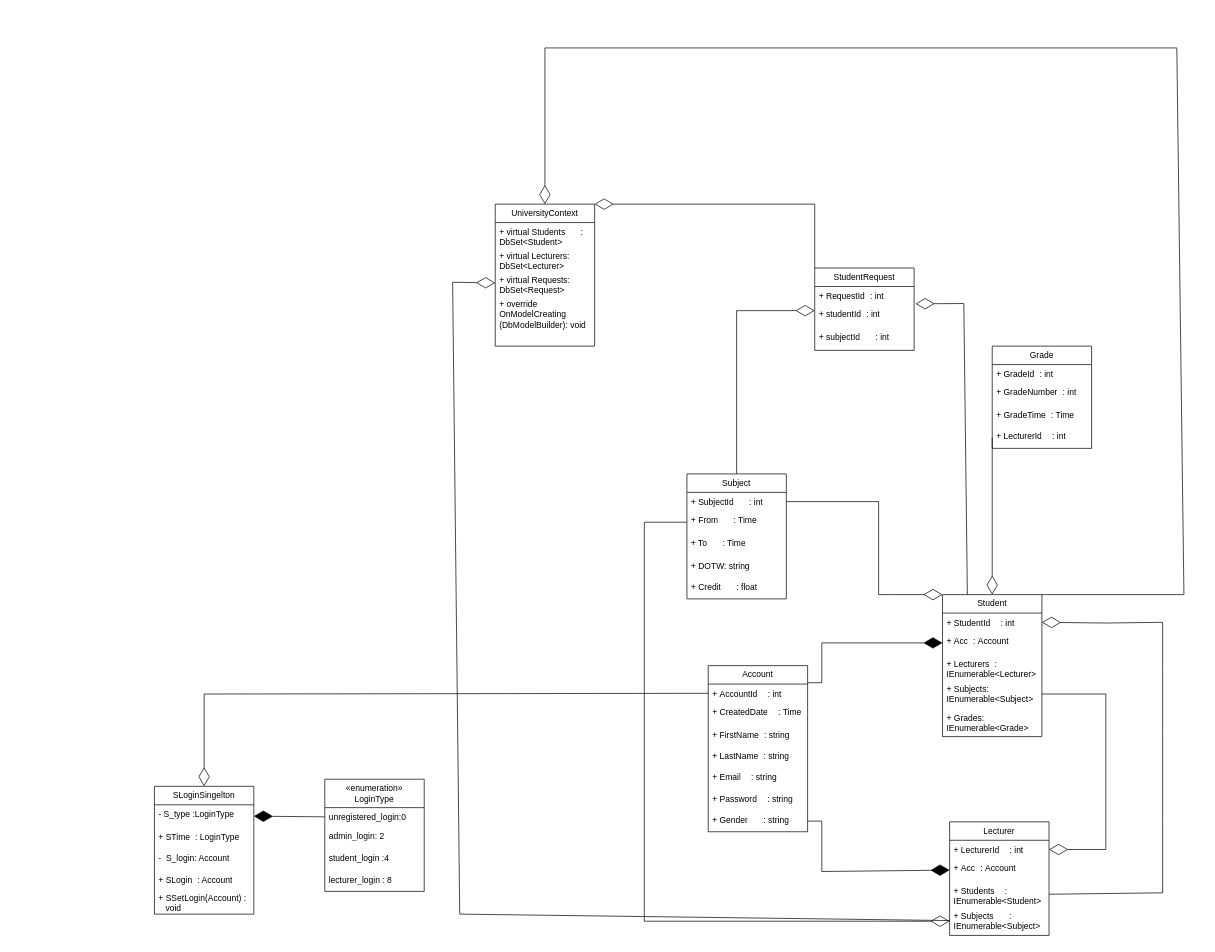
Above: Диаграмма без названия.drawio in BallingGuap/AspNewStudy (draw.io), before the change. Source tidied: cells renumbered, new cells numbered last; positions are measured from the earlier drawing's top-left corner, leaving out a move shared by most shapes. Both pictures are drawn from the tidied source at 71%, with x=0, y=0 at pixel (154, 48).
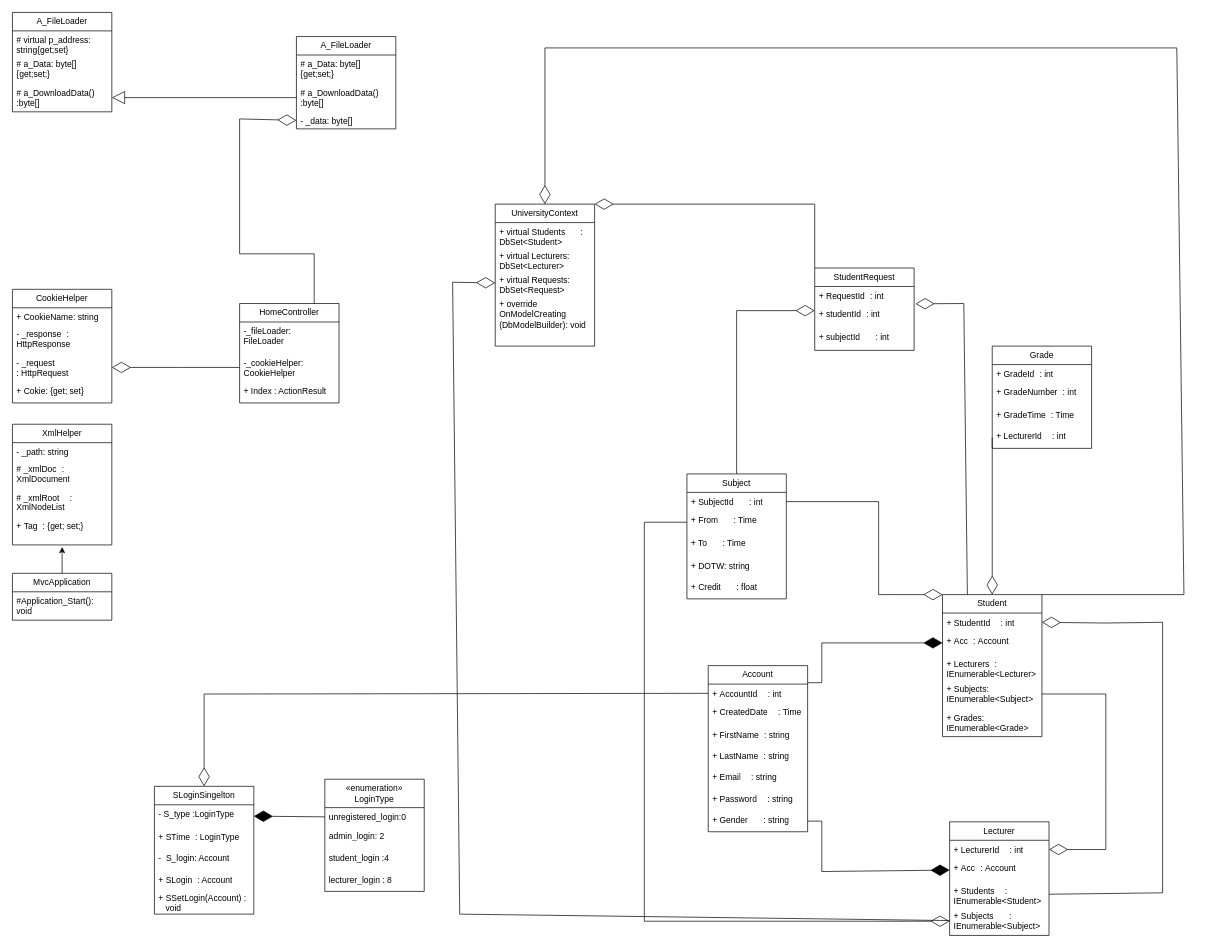
The same page after the edit.

What changed in the source:
```diff
@@
+    <mxCell id="66" value="CookieHelper" style="swimlane;fontStyle=0;horizontal=1;startSize=26;fillColor=none;whiteSpace=wrap;html=1;" parent="1" vertex="1">
+      <mxGeometry x="-200" y="340" width="140" height="160" as="geometry" />
+    </mxCell>
+    <mxCell id="67" value="+&amp;nbsp;CookieName: string&amp;nbsp;" style="text;strokeColor=none;fillColor=none;align=left;verticalAlign=top;spacingLeft=4;spacingRight=4;overflow=hidden;whiteSpace=wrap;html=1;" parent="66" vertex="1">
+      <mxGeometry y="26" width="140" height="24" as="geometry" />
+    </mxCell>
+    <mxCell id="68" value="- _response&lt;span style=&quot;color: rgb(36, 41, 47); font-family: ui-monospace, SFMono-Regular, &amp;quot;SF Mono&amp;quot;, Menlo, Consolas, &amp;quot;Liberation Mono&amp;quot;, monospace; background-color: rgb(255, 255, 255);&quot;&gt; &lt;/span&gt;:&amp;nbsp;&lt;br&gt;HttpResponse&lt;span style=&quot;color: rgb(36, 41, 47); font-family: ui-monospace, SFMono-Regular, &amp;quot;SF Mono&amp;quot;, Menlo, Consolas, &amp;quot;Liberation Mono&amp;quot;, monospace; background-color: rgb(255, 255, 255);&quot;&gt; &lt;/span&gt;" style="text;strokeColor=none;fillColor=none;align=left;verticalAlign=top;spacingLeft=4;spacingRight=4;overflow=hidden;whiteSpace=wrap;html=1;" parent="66" vertex="1">
+      <mxGeometry y="50" width="140" height="40" as="geometry" />
+    </mxCell>
+    <mxCell id="69" value="- _request&lt;span style=&quot;color: rgb(36, 41, 47); font-family: ui-monospace, SFMono-Regular, &amp;quot;SF Mono&amp;quot;, Menlo, Consolas, &amp;quot;Liberation Mono&amp;quot;, monospace; background-color: rgb(255, 255, 255);&quot;&gt; &lt;/span&gt;:&amp;nbsp;HttpRequest&lt;span style=&quot;color: rgb(36, 41, 47); font-family: ui-monospace, SFMono-Regular, &amp;quot;SF Mono&amp;quot;, Menlo, Consolas, &amp;quot;Liberation Mono&amp;quot;, monospace; background-color: rgb(255, 255, 255);&quot;&gt; &lt;/span&gt;" style="text;strokeColor=none;fillColor=none;align=left;verticalAlign=top;spacingLeft=4;spacingRight=4;overflow=hidden;points=[[0,0.5],[1,0.5]];portConstraint=eastwest;whiteSpace=wrap;html=1;" parent="66" vertex="1">
+      <mxGeometry y="90" width="140" height="40" as="geometry" />
+    </mxCell>
+    <mxCell id="70" value="+ Cokie: {get; set}" style="text;strokeColor=none;fillColor=none;align=left;verticalAlign=top;spacingLeft=4;spacingRight=4;overflow=hidden;whiteSpace=wrap;html=1;" parent="66" vertex="1">
+      <mxGeometry y="130" width="140" height="30" as="geometry" />
+    </mxCell>
+    <mxCell id="71" value="XmlHelper" style="swimlane;fontStyle=0;horizontal=1;startSize=26;fillColor=none;whiteSpace=wrap;html=1;" parent="1" vertex="1">
+      <mxGeometry x="-200" y="530" width="140" height="170" as="geometry" />
+    </mxCell>
+    <mxCell id="72" value="- _path: string&amp;nbsp;" style="text;strokeColor=none;fillColor=none;align=left;verticalAlign=top;spacingLeft=4;spacingRight=4;overflow=hidden;whiteSpace=wrap;html=1;" parent="71" vertex="1">
+      <mxGeometry y="26" width="140" height="24" as="geometry" />
+    </mxCell>
+    <mxCell id="73" value="#&amp;nbsp;_xmlDoc&lt;span style=&quot;color: rgb(36, 41, 47); font-family: ui-monospace, SFMono-Regular, &amp;quot;SF Mono&amp;quot;, Menlo, Consolas, &amp;quot;Liberation Mono&amp;quot;, monospace; background-color: rgb(255, 255, 255);&quot;&gt;&amp;nbsp;&lt;/span&gt;:&amp;nbsp;&lt;br&gt;XmlDocument&lt;span style=&quot;color: rgb(36, 41, 47); font-family: ui-monospace, SFMono-Regular, &amp;quot;SF Mono&amp;quot;, Menlo, Consolas, &amp;quot;Liberation Mono&amp;quot;, monospace; background-color: rgb(255, 255, 255);&quot;&gt; &lt;/span&gt;" style="text;strokeColor=none;fillColor=none;align=left;verticalAlign=top;spacingLeft=4;spacingRight=4;overflow=hidden;whiteSpace=wrap;html=1;" parent="71" vertex="1">
+      <mxGeometry y="50" width="140" height="40" as="geometry" />
+    </mxCell>
+    <mxCell id="74" value="#&amp;nbsp;_xmlRoot&lt;span style=&quot;color: rgb(36, 41, 47); font-family: ui-monospace, SFMono-Regular, &amp;quot;SF Mono&amp;quot;, Menlo, Consolas, &amp;quot;Liberation Mono&amp;quot;, monospace; background-color: rgb(255, 255, 255);&quot;&gt; &lt;/span&gt;&lt;span style=&quot;color: rgb(36, 41, 47); font-family: ui-monospace, SFMono-Regular, &amp;quot;SF Mono&amp;quot;, Menlo, Consolas, &amp;quot;Liberation Mono&amp;quot;, monospace; background-color: rgb(255, 255, 255);&quot;&gt;&amp;nbsp;&lt;/span&gt;:&amp;nbsp;&lt;br&gt;XmlNodeList&lt;span style=&quot;color: rgb(36, 41, 47); font-family: ui-monospace, SFMono-Regular, &amp;quot;SF Mono&amp;quot;, Menlo, Consolas, &amp;quot;Liberation Mono&amp;quot;, monospace; background-color: rgb(255, 255, 255);&quot;&gt; &lt;/span&gt;" style="text;strokeColor=none;fillColor=none;align=left;verticalAlign=top;spacingLeft=4;spacingRight=4;overflow=hidden;whiteSpace=wrap;html=1;" parent="71" vertex="1">
+      <mxGeometry y="90" width="140" height="40" as="geometry" />
+    </mxCell>
+    <mxCell id="75" value="+&amp;nbsp;Tag&lt;span style=&quot;color: rgb(36, 41, 47); font-family: ui-monospace, SFMono-Regular, &amp;quot;SF Mono&amp;quot;, Menlo, Consolas, &amp;quot;Liberation Mono&amp;quot;, monospace; background-color: rgb(255, 255, 255);&quot;&gt; &lt;/span&gt;:&amp;nbsp;{get; set;}&lt;span style=&quot;color: rgb(36, 41, 47); font-family: ui-monospace, SFMono-Regular, &amp;quot;SF Mono&amp;quot;, Menlo, Consolas, &amp;quot;Liberation Mono&amp;quot;, monospace; background-color: rgb(255, 255, 255);&quot;&gt;&lt;/span&gt;" style="text;strokeColor=none;fillColor=none;align=left;verticalAlign=top;spacingLeft=4;spacingRight=4;overflow=hidden;points=[[0,0.5],[1,0.5]];portConstraint=eastwest;whiteSpace=wrap;html=1;" parent="71" vertex="1">
+      <mxGeometry y="130" width="140" height="40" as="geometry" />
+    </mxCell>
+    <mxCell id="76" value="A_FileLoader" style="swimlane;fontStyle=0;horizontal=1;startSize=26;fillColor=none;whiteSpace=wrap;html=1;" parent="1" vertex="1">
+      <mxGeometry x="-200" y="-50" width="140" height="140" as="geometry" />
+    </mxCell>
+    <mxCell id="77" value="# virtual p_address: string{get;set}&lt;span style=&quot;color: rgb(36, 41, 47); font-family: ui-monospace, SFMono-Regular, &amp;quot;SF Mono&amp;quot;, Menlo, Consolas, &amp;quot;Liberation Mono&amp;quot;, monospace; background-color: rgb(255, 255, 255);&quot;&gt;&lt;/span&gt;" style="text;strokeColor=none;fillColor=none;align=left;verticalAlign=top;spacingLeft=4;spacingRight=4;overflow=hidden;whiteSpace=wrap;html=1;" parent="76" vertex="1">
+      <mxGeometry y="26" width="140" height="34" as="geometry" />
+    </mxCell>
+    <mxCell id="78" value="# a_Data: byte[]{get;set;}&lt;span style=&quot;color: rgb(36, 41, 47); font-family: ui-monospace, SFMono-Regular, &amp;quot;SF Mono&amp;quot;, Menlo, Consolas, &amp;quot;Liberation Mono&amp;quot;, monospace; background-color: rgb(255, 255, 255);&quot;&gt;&lt;/span&gt;" style="text;strokeColor=none;fillColor=none;align=left;verticalAlign=top;spacingLeft=4;spacingRight=4;overflow=hidden;whiteSpace=wrap;html=1;" parent="76" vertex="1">
+      <mxGeometry y="60" width="140" height="40" as="geometry" />
+    </mxCell>
+    <mxCell id="79" value="# a_DownloadData() :byte[]" style="text;strokeColor=none;fillColor=none;align=left;verticalAlign=top;spacingLeft=4;spacingRight=4;overflow=hidden;points=[[0,0.5],[1,0.5]];portConstraint=eastwest;whiteSpace=wrap;html=1;" parent="76" vertex="1">
+      <mxGeometry y="100" width="140" height="40" as="geometry" />
+    </mxCell>
+    <mxCell id="80" style="endArrow=block;endSize=16;endFill=0;html=1;rounded=0;entryX=1;entryY=0.5;entryDx=0;entryDy=0;exitX=0;exitY=0.5;exitDx=0;exitDy=0;" parent="1" edge="1" source="83" target="79">
+      <mxGeometry x="-0.17" relative="1" as="geometry" />
+    </mxCell>
+    <mxCell id="81" value="A_FileLoader" style="swimlane;fontStyle=0;horizontal=1;startSize=26;fillColor=none;whiteSpace=wrap;html=1;" parent="1" vertex="1">
+      <mxGeometry x="200" y="-16" width="140" height="130" as="geometry" />
+    </mxCell>
+    <mxCell id="82" value="# a_Data: byte[]{get;set;}&lt;span style=&quot;color: rgb(36, 41, 47); font-family: ui-monospace, SFMono-Regular, &amp;quot;SF Mono&amp;quot;, Menlo, Consolas, &amp;quot;Liberation Mono&amp;quot;, monospace; background-color: rgb(255, 255, 255);&quot;&gt;&lt;/span&gt;" style="text;strokeColor=none;fillColor=none;align=left;verticalAlign=top;spacingLeft=4;spacingRight=4;overflow=hidden;whiteSpace=wrap;html=1;" parent="81" vertex="1">
+      <mxGeometry y="26" width="140" height="40" as="geometry" />
+    </mxCell>
+    <mxCell id="83" value="# a_DownloadData() :byte[]" style="text;strokeColor=none;fillColor=none;align=left;verticalAlign=top;spacingLeft=4;spacingRight=4;overflow=hidden;points=[[0,0.5],[1,0.5]];portConstraint=eastwest;whiteSpace=wrap;html=1;" parent="81" vertex="1">
+      <mxGeometry y="66" width="140" height="40" as="geometry" />
+    </mxCell>
+    <mxCell id="84" value="- _data: byte[]" style="text;strokeColor=none;fillColor=none;align=left;verticalAlign=top;spacingLeft=4;spacingRight=4;overflow=hidden;whiteSpace=wrap;html=1;" parent="81" vertex="1">
+      <mxGeometry y="106" width="140" height="24" as="geometry" />
+    </mxCell>
+    <mxCell id="85" value="HomeController" style="swimlane;fontStyle=0;horizontal=1;startSize=26;fillColor=none;whiteSpace=wrap;html=1;" parent="1" vertex="1">
+      <mxGeometry x="120" y="360" width="140" height="140" as="geometry" />
+    </mxCell>
+    <mxCell id="86" value="-_fileLoader:&amp;nbsp;&lt;br&gt;FileLoader&lt;span style=&quot;color: rgb(36, 41, 47); font-family: ui-monospace, SFMono-Regular, &amp;quot;SF Mono&amp;quot;, Menlo, Consolas, &amp;quot;Liberation Mono&amp;quot;, monospace; background-color: rgb(255, 255, 255);&quot;&gt; &lt;/span&gt;" style="text;strokeColor=none;fillColor=none;align=left;verticalAlign=top;spacingLeft=4;spacingRight=4;overflow=hidden;whiteSpace=wrap;html=1;" parent="85" vertex="1">
+      <mxGeometry y="26" width="140" height="44" as="geometry" />
+    </mxCell>
+    <mxCell id="87" value="-_cookieHelper:&amp;nbsp;&lt;br style=&quot;border-color: var(--border-color);&quot;&gt;CookieHelper" style="text;strokeColor=none;fillColor=none;align=left;verticalAlign=top;spacingLeft=4;spacingRight=4;overflow=hidden;points=[[0,0.5],[1,0.5]];portConstraint=eastwest;whiteSpace=wrap;html=1;" parent="85" vertex="1">
+      <mxGeometry y="70" width="140" height="40" as="geometry" />
+    </mxCell>
+    <mxCell id="88" value="+ Index : ActionResult" style="text;strokeColor=none;fillColor=none;align=left;verticalAlign=top;spacingLeft=4;spacingRight=4;overflow=hidden;whiteSpace=wrap;html=1;" parent="85" vertex="1">
+      <mxGeometry y="110" width="140" height="30" as="geometry" />
+    </mxCell>
+    <mxCell id="89" style="endArrow=diamondThin;endFill=0;endSize=24;html=1;rounded=0;exitX=0;exitY=0.5;exitDx=0;exitDy=0;entryX=1;entryY=0.5;entryDx=0;entryDy=0;" parent="1" edge="1" source="87" target="69">
+      <mxGeometry relative="1" as="geometry">
+        <Array as="points">
+          <mxPoint x="40" y="450" />
+        </Array>
+      </mxGeometry>
+    </mxCell>
+    <mxCell id="90" style="endArrow=diamondThin;endFill=0;endSize=24;html=1;rounded=0;exitX=0.75;exitY=0;exitDx=0;exitDy=0;" parent="1" edge="1" source="85">
+      <mxGeometry relative="1" as="geometry">
+        <mxPoint x="200" y="102" as="targetPoint" />
+        <Array as="points">
+          <mxPoint x="225" y="290" />
+          <mxPoint x="120" y="290" />
+          <mxPoint x="120" y="100" />
+        </Array>
+      </mxGeometry>
+    </mxCell>
+    <mxCell id="91" style="edgeStyle=orthogonalEdgeStyle;rounded=0;jettySize=auto;html=1;exitX=0.5;exitY=0;exitDx=0;exitDy=0;entryX=0.5;entryY=1.075;entryDx=0;entryDy=0;entryPerimeter=0;" parent="1" edge="1" source="92" target="75">
+      <mxGeometry relative="1" as="geometry" />
+    </mxCell>
+    <mxCell id="92" value="MvcApplication" style="swimlane;fontStyle=0;horizontal=1;startSize=26;fillColor=none;whiteSpace=wrap;html=1;" parent="1" vertex="1">
+      <mxGeometry x="-200" y="740" width="140" height="66" as="geometry" />
+    </mxCell>
+    <mxCell id="93" value="#Application_Start():&lt;br&gt;void" style="text;strokeColor=none;fillColor=none;align=left;verticalAlign=top;spacingLeft=4;spacingRight=4;overflow=hidden;whiteSpace=wrap;html=1;" parent="92" vertex="1">
+      <mxGeometry y="26" width="140" height="40" as="geometry" />
+    </mxCell>
```
